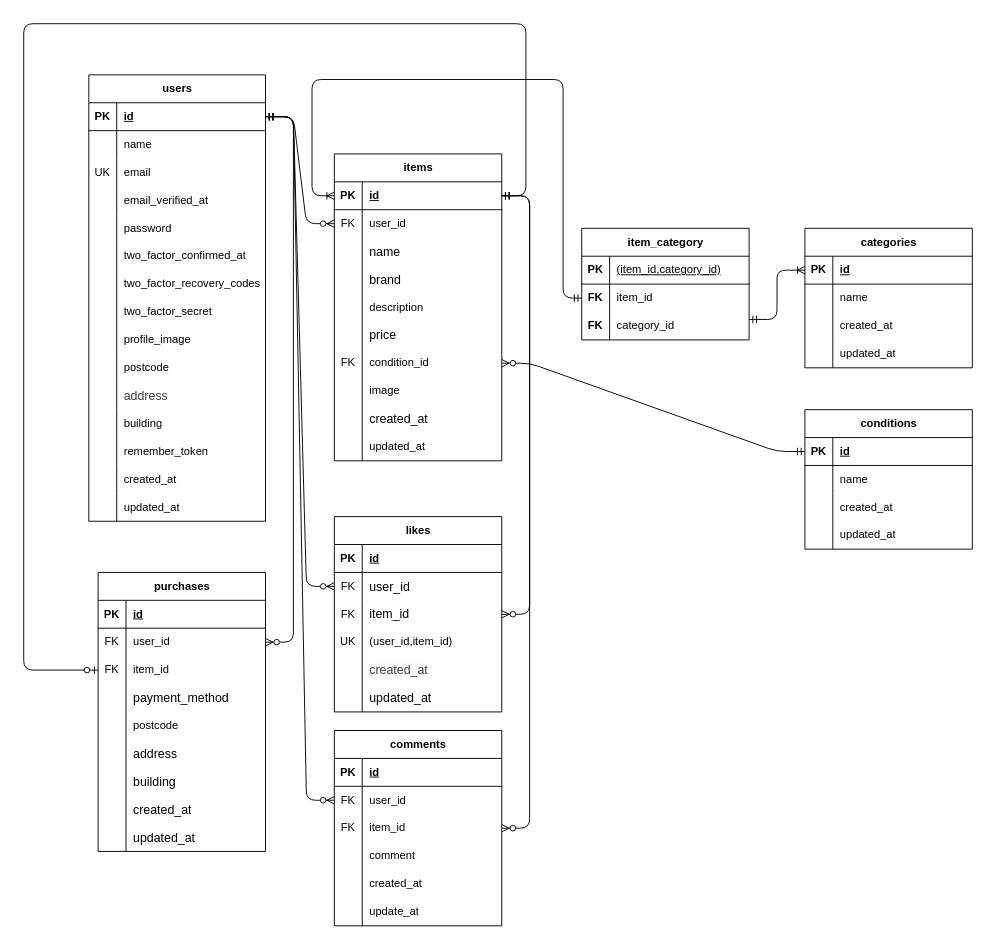
Earlier version of the draw.io diagram er.drawio (hana-ka/coachtech-flee-market). Source tidied: cells renumbered, new cells numbered last; positions are measured from the earlier drawing's top-left corner, leaving out a move shared by most shapes. Both pictures are drawn from the tidied source at 93%, with x=0, y=0 at pixel (23, 23).
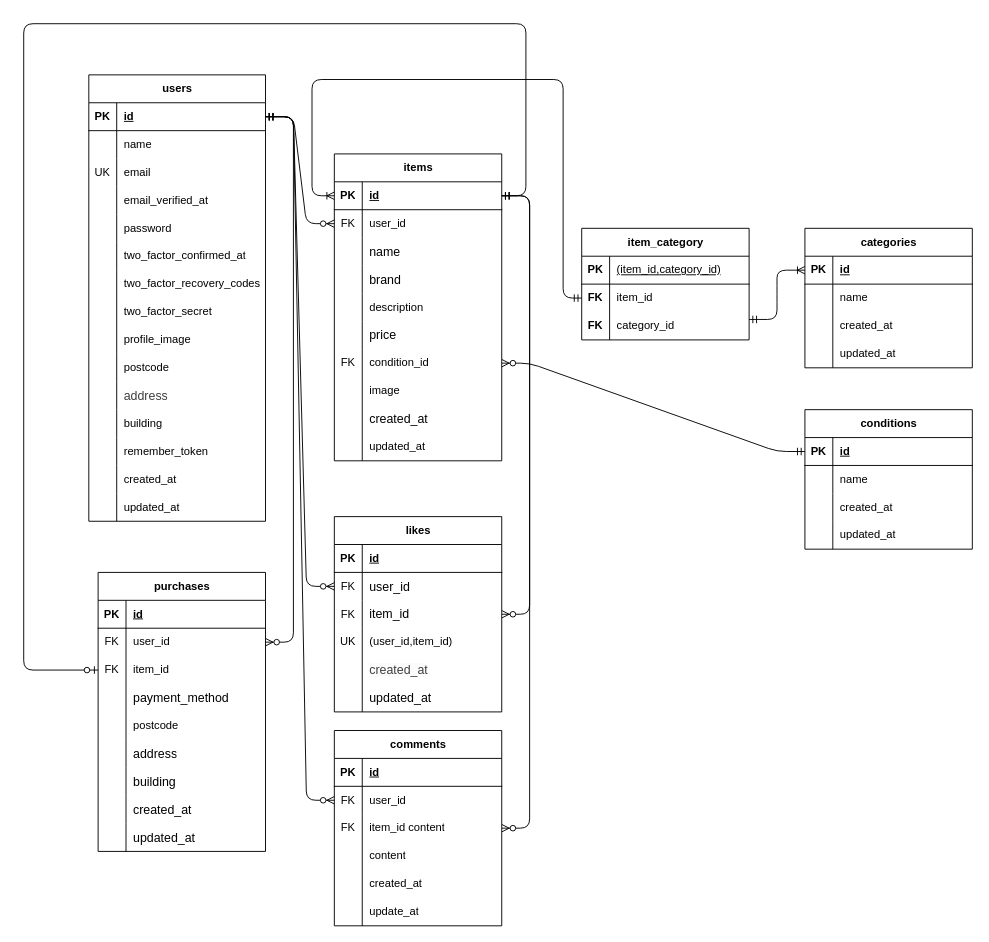
The same page after the edit.

The change refers to these unchanged cells:
```xml
<mxCell id="133" style="shape=tableRow;horizontal=0;startSize=0;swimlaneHead=0;swimlaneBody=0;fillColor=none;points=[[0,0.5],[1,0.5]];portConstraint=eastwest;top=0;left=0;right=0;bottom=0;" parent="126" vertex="1">
  <mxGeometry y="90" width="180" height="30" as="geometry" />
</mxCell>
<mxCell id="136" style="shape=tableRow;horizontal=0;startSize=0;swimlaneHead=0;swimlaneBody=0;fillColor=none;top=0;left=0;right=0;bottom=0;" parent="126" vertex="1">
  <mxGeometry y="120" width="180" height="30" as="geometry" />
</mxCell>
```

Diff of the diagram source:
```diff
@@
-    <mxCell id="135" value="item_id" style="shape=partialRectangle;fillColor=none;top=0;left=0;bottom=0;right=0;align=left;spacingLeft=6;overflow=hidden;whiteSpace=wrap;html=1;" parent="133" vertex="1">
+    <mxCell id="135" value="item_id content" style="shape=partialRectangle;fillColor=none;top=0;left=0;bottom=0;right=0;align=left;spacingLeft=6;overflow=hidden;whiteSpace=wrap;html=1;" parent="133" vertex="1">
       <mxGeometry x="30" width="150" height="30" as="geometry" />
     </mxCell>
@@
-    <mxCell id="138" value="comment" style="shape=partialRectangle;fillColor=none;top=0;left=0;bottom=0;right=0;align=left;spacingLeft=6;overflow=hidden;whiteSpace=wrap;html=1;" parent="136" vertex="1">
+    <mxCell id="138" value="&lt;span style=&quot;color: rgb(0, 0, 0); font-family: Helvetica; font-size: 12px; font-style: normal; font-variant-ligatures: normal; font-variant-caps: normal; font-weight: 400; letter-spacing: normal; orphans: 2; text-align: left; text-indent: 0px; text-transform: none; widows: 2; word-spacing: 0px; -webkit-text-stroke-width: 0px; white-space: normal; background-color: rgb(251, 251, 251); text-decoration-thickness: initial; text-decoration-style: initial; text-decoration-color: initial; display: inline !important; float: none;&quot;&gt;content&lt;/span&gt;" style="shape=partialRectangle;fillColor=none;top=0;left=0;bottom=0;right=0;align=left;spacingLeft=6;overflow=hidden;whiteSpace=wrap;html=1;" parent="136" vertex="1">
       <mxGeometry x="30" width="150" height="30" as="geometry" />
     </mxCell>
```
